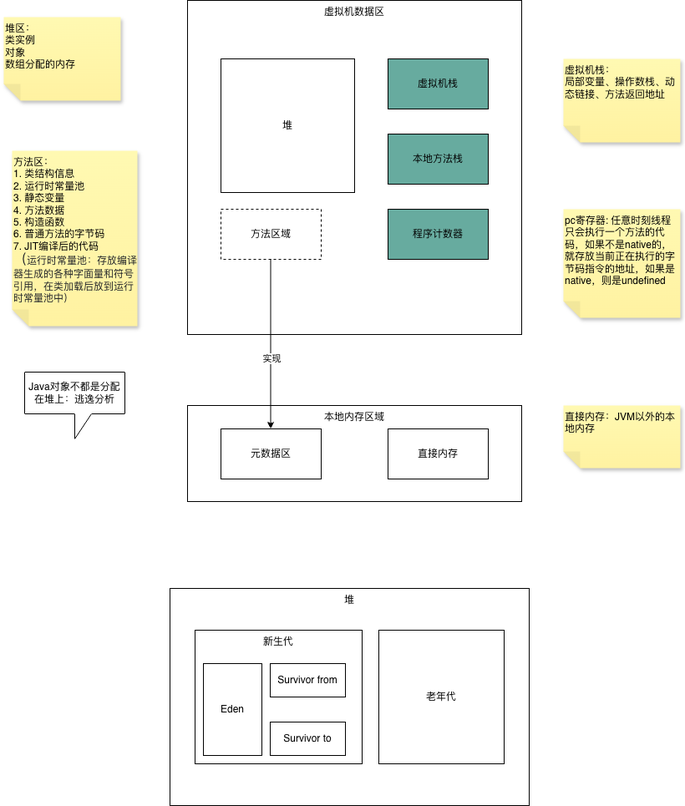
Earlier version of the draw.io export 未命名绘图.drawio.png (ggs2015/file). Source tidied: cells renumbered, new cells last; positions are measured from the earlier drawing's top-left corner, leaving out a move shared by most shapes.
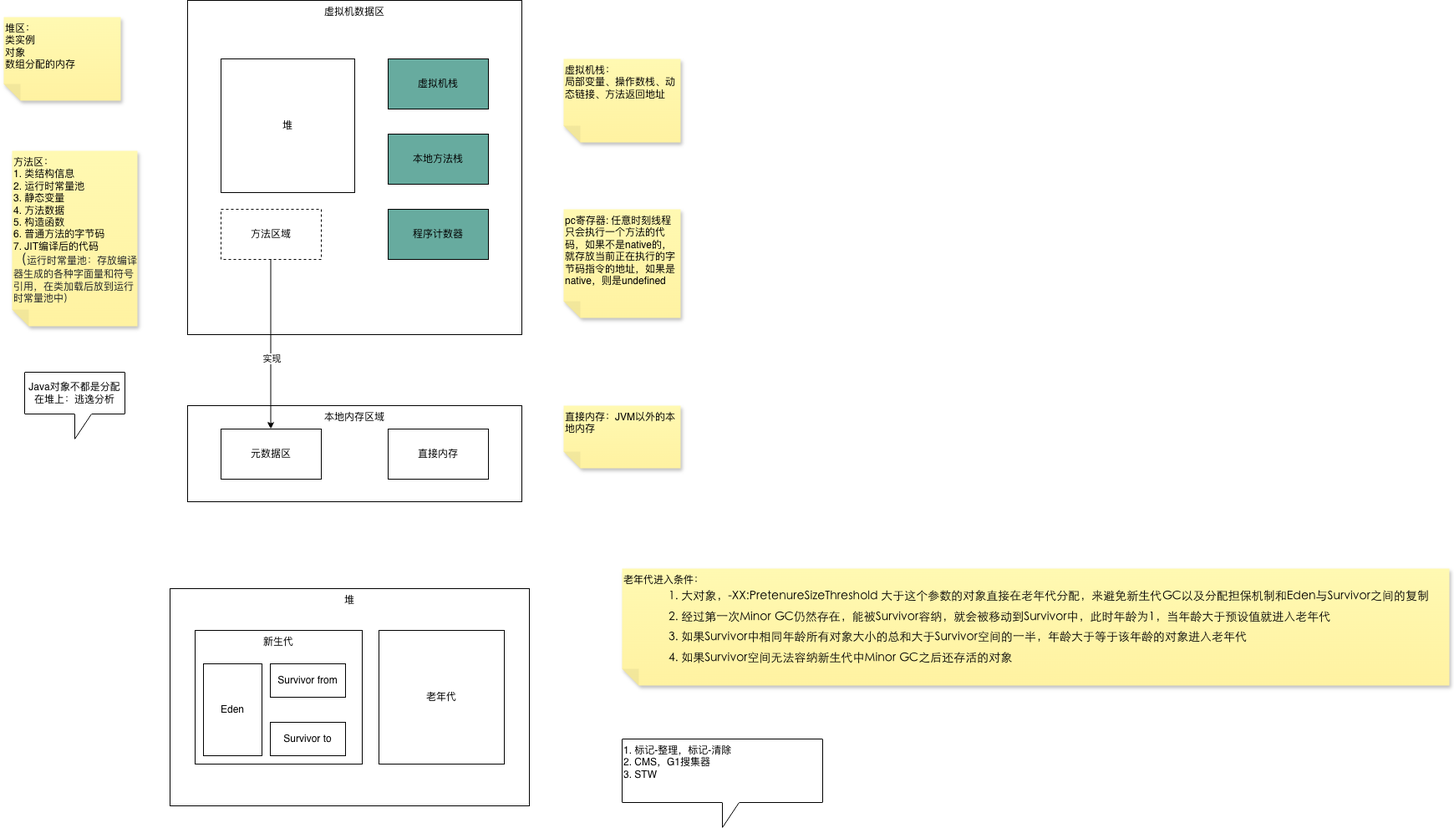
The same diagram one commit later.

Commit message:
更新未命名绘图.drawio.png

Change to the diagram source:
```diff
@@ -74,5 +74,11 @@
     <mxCell id="24" value="Survivor to" style="rounded=0;whiteSpace=wrap;html=1;" parent="1" vertex="1">
       <mxGeometry x="319" y="864" width="90" height="40" as="geometry" />
     </mxCell>
+    <mxCell id="25" value="老年代进入条件：&lt;div&gt;&lt;article data-content=&quot;[{&amp;quot;type&amp;quot;:&amp;quot;block&amp;quot;,&amp;quot;id&amp;quot;:&amp;quot;q4yd-1771051470949&amp;quot;,&amp;quot;name&amp;quot;:&amp;quot;list-item&amp;quot;,&amp;quot;data&amp;quot;:{&amp;quot;listId&amp;quot;:&amp;quot;J6OX-1771055464497&amp;quot;,&amp;quot;listLevel&amp;quot;:1,&amp;quot;listType&amp;quot;:&amp;quot;ordered&amp;quot;,&amp;quot;style&amp;quot;:{},&amp;quot;version&amp;quot;:1},&amp;quot;nodes&amp;quot;:[{&amp;quot;type&amp;quot;:&amp;quot;text&amp;quot;,&amp;quot;id&amp;quot;:&amp;quot;BpXD-1771051470948&amp;quot;,&amp;quot;leaves&amp;quot;:[{&amp;quot;text&amp;quot;:&amp;quot;大对象，-XX:PretenureSizeThreshold&amp;nbsp;大于这个参数的对象直接在老年代分配，来避免新生代GC以及分配担保机制和Eden与Survivor之间的复制&amp;quot;,&amp;quot;marks&amp;quot;:[]}]}],&amp;quot;state&amp;quot;:{}},{&amp;quot;type&amp;quot;:&amp;quot;block&amp;quot;,&amp;quot;id&amp;quot;:&amp;quot;WKbf-1771055464492&amp;quot;,&amp;quot;name&amp;quot;:&amp;quot;list-item&amp;quot;,&amp;quot;data&amp;quot;:{&amp;quot;listId&amp;quot;:&amp;quot;J6OX-1771055464497&amp;quot;,&amp;quot;listLevel&amp;quot;:1,&amp;quot;listType&amp;quot;:&amp;quot;ordered&amp;quot;,&amp;quot;style&amp;quot;:{},&amp;quot;version&amp;quot;:1},&amp;quot;nodes&amp;quot;:[{&amp;quot;type&amp;quot;:&amp;quot;text&amp;quot;,&amp;quot;id&amp;quot;:&amp;quot;xomo-1771055464491&amp;quot;,&amp;quot;leaves&amp;quot;:[{&amp;quot;text&amp;quot;:&amp;quot;经过第一次Minor&amp;nbsp;GC仍然存在，能被Survivor容纳，就会被移动到Survivor中，此时年龄为1，当年龄大于预设值就进入老年代&amp;quot;,&amp;quot;marks&amp;quot;:[]}]}],&amp;quot;state&amp;quot;:{&amp;quot;index&amp;quot;:2}},{&amp;quot;type&amp;quot;:&amp;quot;block&amp;quot;,&amp;quot;id&amp;quot;:&amp;quot;eVwO-1771055464494&amp;quot;,&amp;quot;name&amp;quot;:&amp;quot;list-item&amp;quot;,&amp;quot;data&amp;quot;:{&amp;quot;listId&amp;quot;:&amp;quot;J6OX-1771055464497&amp;quot;,&amp;quot;listLevel&amp;quot;:1,&amp;quot;listType&amp;quot;:&amp;quot;ordered&amp;quot;,&amp;quot;style&amp;quot;:{},&amp;quot;version&amp;quot;:1},&amp;quot;nodes&amp;quot;:[{&amp;quot;type&amp;quot;:&amp;quot;text&amp;quot;,&amp;quot;id&amp;quot;:&amp;quot;Ifgo-1771055464493&amp;quot;,&amp;quot;leaves&amp;quot;:[{&amp;quot;text&amp;quot;:&amp;quot;如果Survivor中相同年龄所有对象大小的总和大于Survivor空间的一半，年龄大于等于该年龄的对象进入老年代&amp;quot;,&amp;quot;marks&amp;quot;:[]}]}],&amp;quot;state&amp;quot;:{&amp;quot;index&amp;quot;:3}},{&amp;quot;type&amp;quot;:&amp;quot;block&amp;quot;,&amp;quot;id&amp;quot;:&amp;quot;6ODo-1771055464496&amp;quot;,&amp;quot;name&amp;quot;:&amp;quot;list-item&amp;quot;,&amp;quot;data&amp;quot;:{&amp;quot;listId&amp;quot;:&amp;quot;J6OX-1771055464497&amp;quot;,&amp;quot;listLevel&amp;quot;:1,&amp;quot;listType&amp;quot;:&amp;quot;ordered&amp;quot;,&amp;quot;style&amp;quot;:{},&amp;quot;version&amp;quot;:1},&amp;quot;nodes&amp;quot;:[{&amp;quot;type&amp;quot;:&amp;quot;text&amp;quot;,&amp;quot;id&amp;quot;:&amp;quot;sm3f-1771055464495&amp;quot;,&amp;quot;leaves&amp;quot;:[{&amp;quot;text&amp;quot;:&amp;quot;如果Survivor空间无法容纳新生代中Minor&amp;nbsp;GC之后还存活的对象&amp;quot;,&amp;quot;marks&amp;quot;:[]}]}],&amp;quot;state&amp;quot;:{}}]&quot; style=&quot;font-size: medium;&quot;&gt;&lt;ol style=&quot;margin: 0px 0px 0px 14px;&quot;&gt;&lt;li style=&quot;white-space-collapse: preserve; line-height: 1.75; font-size: 14px; list-style-position: inside; word-break: break-word; background-color: rgba(0, 0, 0, 0); font-family: &amp;quot;Microsoft YaHei&amp;quot;, STXihei; list-style-type: decimal;&quot;&gt;大对象，-XX:PretenureSizeThreshold 大于这个参数的对象直接在老年代分配，来避免新生代GC以及分配担保机制和Eden与Survivor之间的复制&lt;/li&gt;&lt;li style=&quot;white-space-collapse: preserve; line-height: 1.75; font-size: 14px; list-style-position: inside; word-break: break-word; background-color: rgba(0, 0, 0, 0); font-family: &amp;quot;Microsoft YaHei&amp;quot;, STXihei; list-style-type: decimal;&quot;&gt;经过第一次Minor GC仍然存在，能被Survivor容纳，就会被移动到Survivor中，此时年龄为1，当年龄大于预设值就进入老年代&lt;/li&gt;&lt;li style=&quot;white-space-collapse: preserve; line-height: 1.75; font-size: 14px; list-style-position: inside; word-break: break-word; background-color: rgba(0, 0, 0, 0); font-family: &amp;quot;Microsoft YaHei&amp;quot;, STXihei; list-style-type: decimal;&quot;&gt;如果Survivor中相同年龄所有对象大小的总和大于Survivor空间的一半，年龄大于等于该年龄的对象进入老年代&lt;/li&gt;&lt;li style=&quot;white-space-collapse: preserve; line-height: 1.75; font-size: 14px; list-style-position: inside; word-break: break-word; background-color: rgba(0, 0, 0, 0); font-family: &amp;quot;Microsoft YaHei&amp;quot;, STXihei; list-style-type: decimal;&quot;&gt;如果Survivor空间无法容纳新生代中Minor GC之后还存活的对象&lt;/li&gt;&lt;/ol&gt;&lt;/article&gt;&lt;/div&gt;" style="shape=note;whiteSpace=wrap;html=1;backgroundOutline=1;fontColor=#000000;darkOpacity=0.05;fillColor=#FFF9B2;strokeColor=none;fillStyle=solid;direction=west;gradientDirection=north;gradientColor=#FFF2A1;shadow=1;size=20;align=left;verticalAlign=top;" parent="1" vertex="1">
+      <mxGeometry x="740" y="680" width="990" height="140" as="geometry" />
+    </mxCell>
+    <mxCell id="26" value="1. 标记-整理，标记-清除&lt;div&gt;2. CMS，G1搜集器&lt;/div&gt;&lt;div&gt;3. STW&lt;/div&gt;" style="shape=callout;whiteSpace=wrap;html=1;perimeter=calloutPerimeter;align=left;verticalAlign=top;" parent="1" vertex="1">
+      <mxGeometry x="740" y="884" width="240" height="106" as="geometry" />
+    </mxCell>
   </root>
 </mxGraphModel>
```
